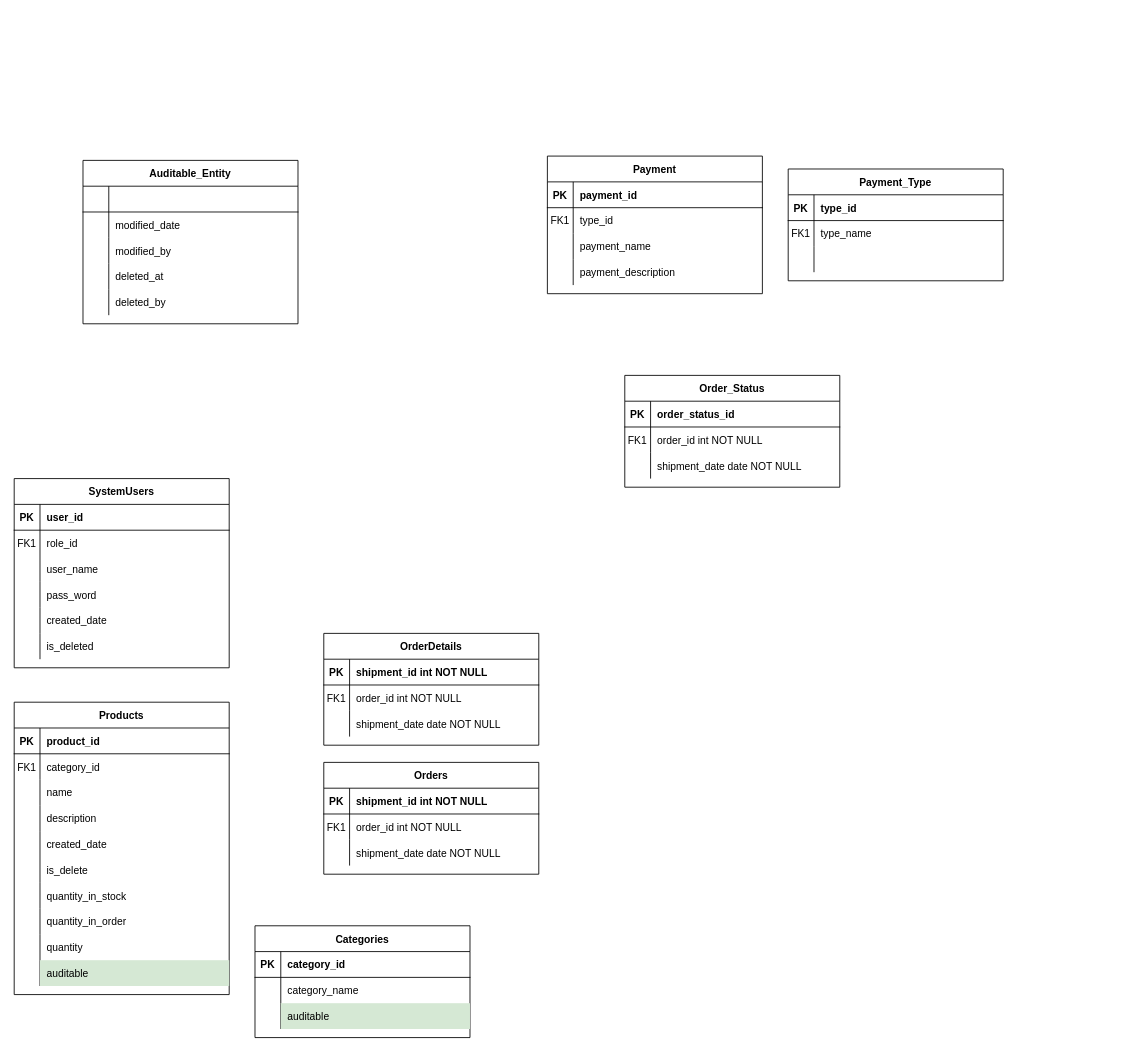
This is Biểu đồ không có tiêu đề.drawio from AnthonyKhieu/BE_Capstone_SU22, a draw.io file, before an edit. Source tidied: cells renumbered, new cells numbered last; positions are measured from the earlier drawing's top-left corner, leaving out a move shared by most shapes. Both pictures are drawn from the tidied source at 86%, with x=0, y=0 at pixel (14, 156).
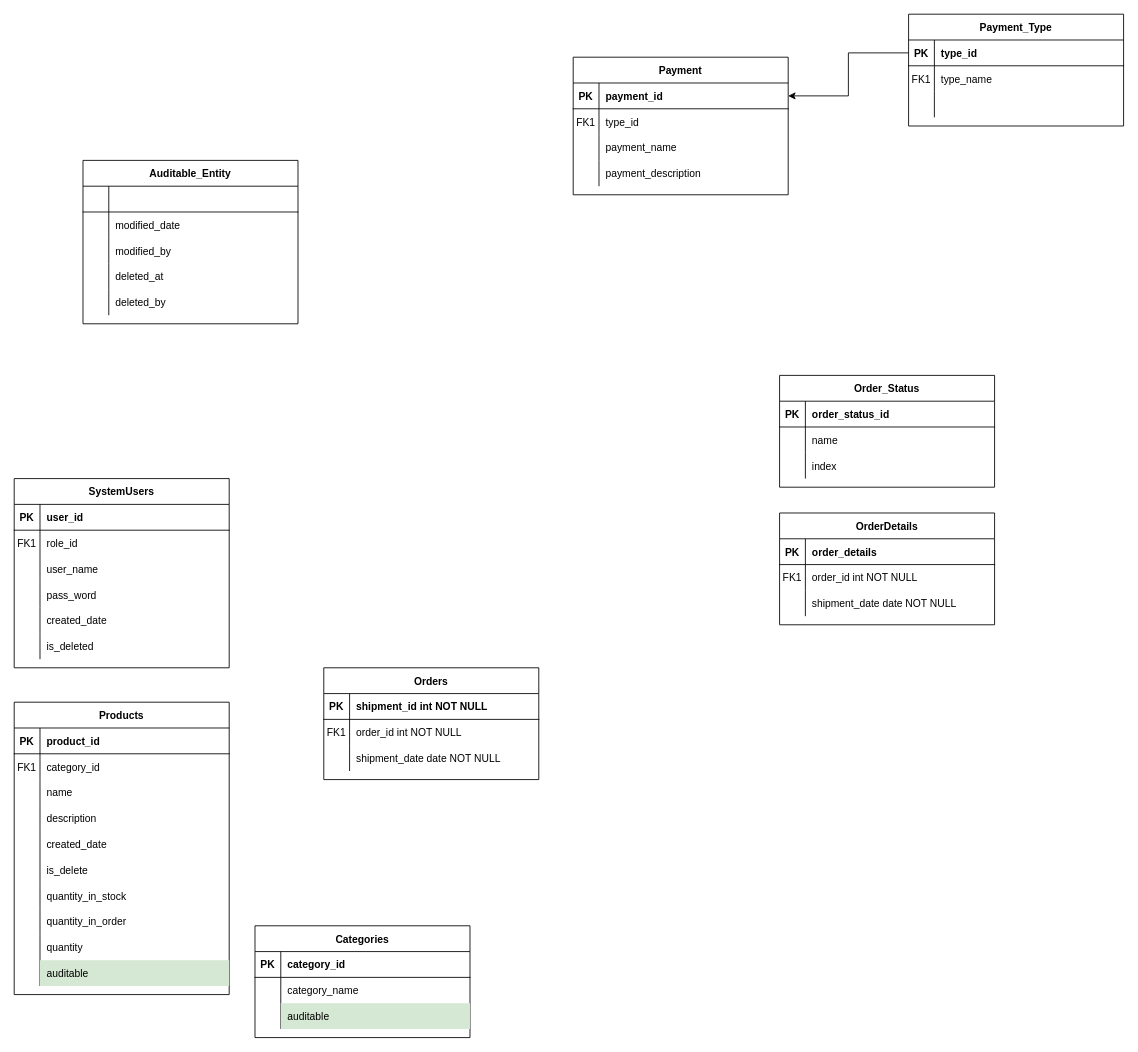
The same page after the edit.

Unchanged cells that the change refers to:
```xml
<mxCell id="34" style="shape=partialRectangle;fillColor=none;points=[[0,0.5],[1,0.5]];portConstraint=eastwest;top=0;left=0;right=0;bottom=1;" parent="33" vertex="1">
  <mxGeometry y="30" width="250" height="30" as="geometry" />
</mxCell>
<mxCell id="79" style="shape=partialRectangle;fillColor=none;top=0;left=0;right=0;bottom=0;" parent="75" vertex="1">
  <mxGeometry y="60" width="250" height="30" as="geometry" />
</mxCell>
<mxCell id="82" style="shape=partialRectangle;fillColor=none;top=0;left=0;right=0;bottom=0;" parent="75" vertex="1">
  <mxGeometry y="90" width="250" height="30" as="geometry" />
</mxCell>
<mxCell id="86" style="shape=partialRectangle;fillColor=none;top=0;left=0;right=0;bottom=1;" parent="85" vertex="1">
  <mxGeometry y="30" width="250" height="30" as="geometry" />
</mxCell>
<mxCell id="96" style="shape=partialRectangle;fillColor=none;points=[[0,0.5],[1,0.5]];portConstraint=eastwest;top=0;left=0;right=0;bottom=1;" parent="95" vertex="1">
  <mxGeometry y="30" width="250" height="30" as="geometry" />
</mxCell>
```

Diff of the diagram source:
```diff
@@
     <mxCell id="33" value="Payment" style="shape=table;startSize=30;childLayout=tableLayout;rowLines=0;fontStyle=1;align=center;" parent="1" vertex="1">
-      <mxGeometry x="620" width="250" height="160" as="geometry" />
+      <mxGeometry x="650" y="-115" width="250" height="160" as="geometry" />
     </mxCell>
@@
     <mxCell id="65" value="Orders" style="shape=table;startSize=30;childLayout=tableLayout;rowLines=0;fontStyle=1;align=center;" parent="1" vertex="1">
-      <mxGeometry x="360" y="705" width="250" height="130" as="geometry" />
+      <mxGeometry x="360" y="595" width="250" height="130" as="geometry" />
     </mxCell>
@@
     <mxCell id="75" value="Order_Status" style="shape=table;startSize=30;childLayout=tableLayout;rowLines=0;fontStyle=1;align=center;" parent="1" vertex="1">
-      <mxGeometry x="710" y="255" width="250" height="130" as="geometry" />
+      <mxGeometry x="890" y="255" width="250" height="130" as="geometry" />
     </mxCell>
@@
-    <mxCell id="80" value="FK1" style="shape=partialRectangle;overflow=hidden;fillColor=none;top=0;left=0;bottom=0;right=0;" parent="79" vertex="1">
+    <mxCell id="80" style="shape=partialRectangle;overflow=hidden;fillColor=none;top=0;left=0;bottom=0;right=0;" parent="79" vertex="1">
       <mxGeometry width="30" height="30" as="geometry" />
     </mxCell>
-    <mxCell id="81" value="order_id int NOT NULL" style="shape=partialRectangle;overflow=hidden;fillColor=none;top=0;left=0;bottom=0;right=0;align=left;spacingLeft=6;" parent="79" vertex="1">
+    <mxCell id="81" value="name" style="shape=partialRectangle;overflow=hidden;fillColor=none;top=0;left=0;bottom=0;right=0;align=left;spacingLeft=6;" parent="79" vertex="1">
       <mxGeometry x="30" width="220" height="30" as="geometry" />
     </mxCell>
@@
-    <mxCell id="84" value="shipment_date date NOT NULL" style="shape=partialRectangle;overflow=hidden;fillColor=none;top=0;left=0;bottom=0;right=0;align=left;spacingLeft=6;" parent="82" vertex="1">
+    <mxCell id="84" value="index" style="shape=partialRectangle;overflow=hidden;fillColor=none;top=0;left=0;bottom=0;right=0;align=left;spacingLeft=6;" parent="82" vertex="1">
       <mxGeometry x="30" width="220" height="30" as="geometry" />
     </mxCell>
     <mxCell id="85" value="OrderDetails" style="shape=table;startSize=30;childLayout=tableLayout;rowLines=0;fontStyle=1;align=center;" parent="1" vertex="1">
-      <mxGeometry x="360" y="555" width="250" height="130" as="geometry" />
+      <mxGeometry x="890" y="415" width="250" height="130" as="geometry" />
     </mxCell>
@@
-    <mxCell id="88" value="shipment_id int NOT NULL " style="shape=partialRectangle;overflow=hidden;fillColor=none;top=0;left=0;bottom=0;right=0;align=left;spacingLeft=6;fontStyle=1;" parent="86" vertex="1">
+    <mxCell id="88" value="order_details" style="shape=partialRectangle;overflow=hidden;fillColor=none;top=0;left=0;bottom=0;right=0;align=left;spacingLeft=6;fontStyle=1;" parent="86" vertex="1">
       <mxGeometry x="30" width="220" height="30" as="geometry" />
     </mxCell>
@@
     <mxCell id="95" value="Payment_Type" style="shape=table;startSize=30;childLayout=tableLayout;rowLines=0;fontStyle=1;align=center;" parent="1" vertex="1">
-      <mxGeometry x="900" y="15" width="250" height="130" as="geometry" />
+      <mxGeometry x="1040" y="-165" width="250" height="130" as="geometry" />
     </mxCell>
@@
+    <mxCell id="131" style="edgeStyle=orthogonalEdgeStyle;rounded=0;jettySize=auto;html=1;entryX=1;entryY=0.5;entryDx=0;entryDy=0;" parent="1" edge="1" source="96" target="34">
+      <mxGeometry relative="1" as="geometry" />
+    </mxCell>
```
